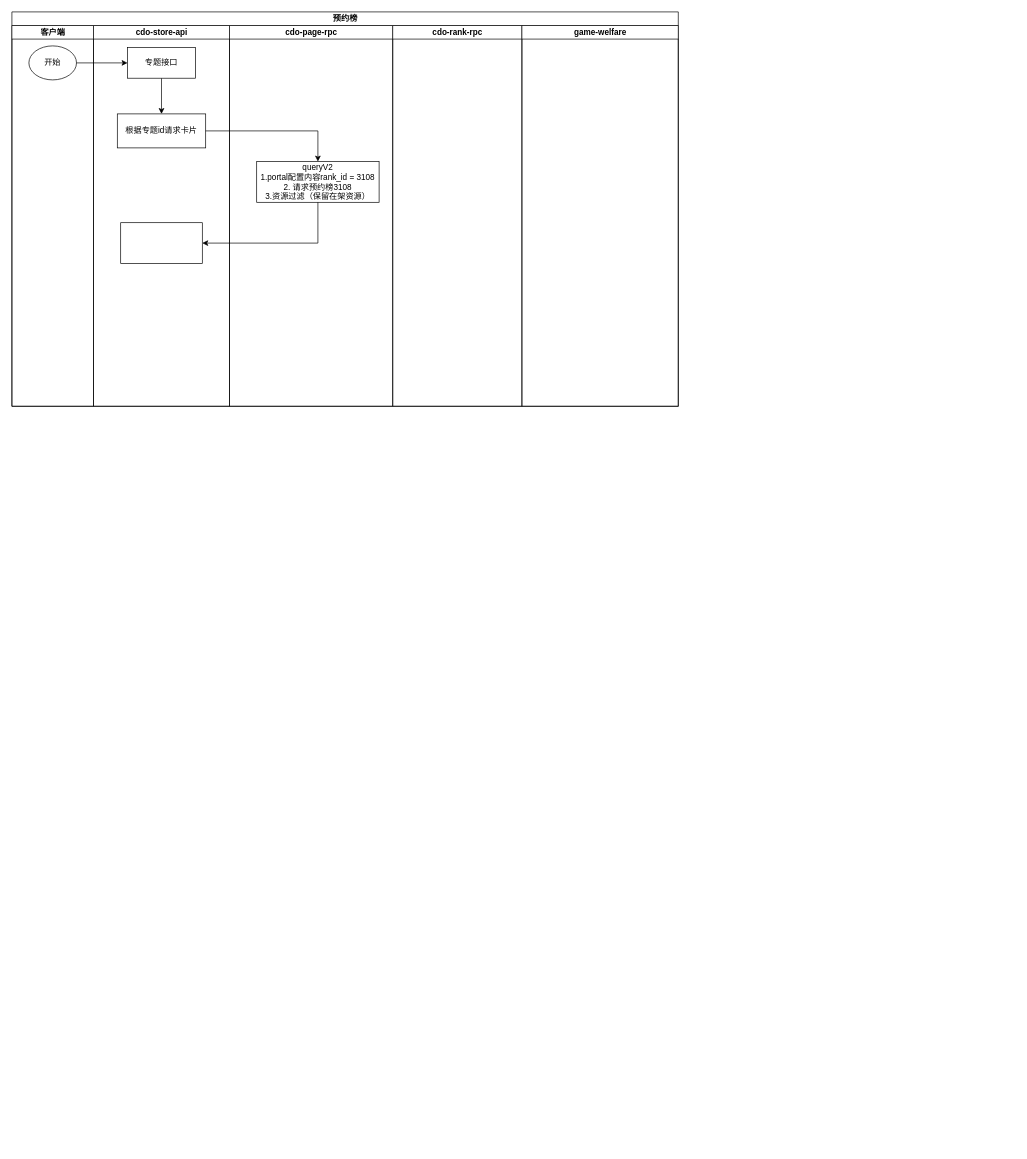
Above: 22108010 【主线】预约榜-资源去重及优化.drawio in ETHAN0430/draw.io.repo (draw.io), before the change. Source tidied: cells renumbered, new cells numbered last; positions are measured from the earlier drawing's top-left corner, leaving out a move shared by most shapes. Both pictures are drawn from the tidied source at 68%, with x=0, y=0 at pixel (12, 12).
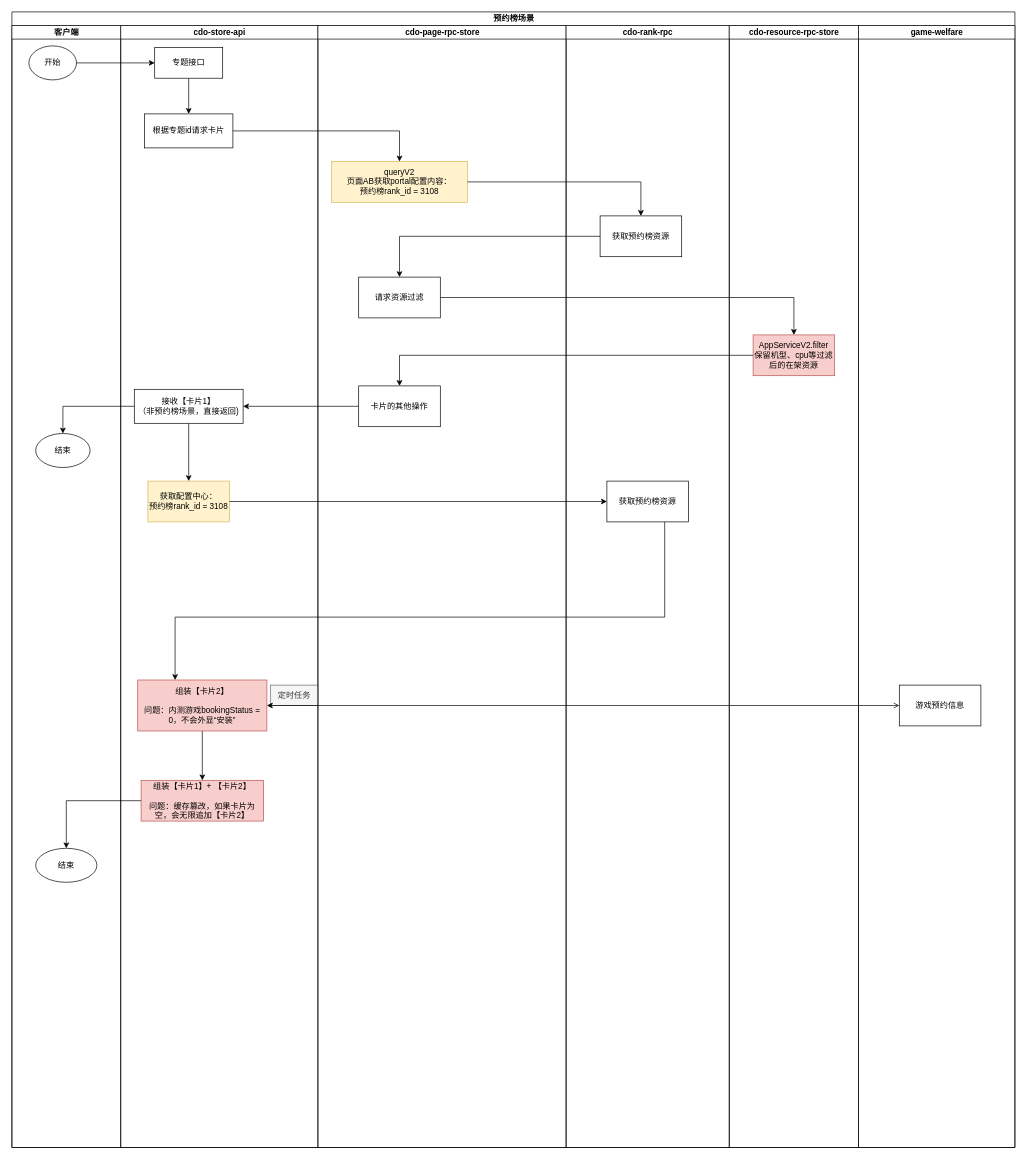
Above is the later version.

Commit message (it also covers changes not shown here):
更新22108010 【主线】预约榜-资源去重及优化.drawio

Change to the diagram source:
```diff
@@
-    <mxCell id="2" value="预约榜" style="swimlane;startSize=20;html=1;" parent="1" vertex="1">
-      <mxGeometry width="980" height="580" as="geometry" />
+    <mxCell id="2" value="预约榜场景" style="swimlane;startSize=20;html=1;" parent="1" vertex="1">
+      <mxGeometry width="1475" height="1670" as="geometry" />
     </mxCell>
     <mxCell id="3" value="客户端" style="swimlane;startSize=20;html=1;" parent="2" vertex="1">
-      <mxGeometry y="20" width="120" height="560" as="geometry" />
+      <mxGeometry y="20" width="160" height="1650" as="geometry" />
     </mxCell>
@@
+    <mxCell id="17" value="结束" style="ellipse;whiteSpace=wrap;html=1;" parent="3" vertex="1">
+      <mxGeometry x="35" y="600" width="80" height="50" as="geometry" />
+    </mxCell>
+    <mxCell id="18" value="结束" style="ellipse;whiteSpace=wrap;html=1;" parent="3" vertex="1">
+      <mxGeometry x="35" y="1210" width="90" height="50" as="geometry" />
+    </mxCell>
     <mxCell id="5" value="cdo-store-api" style="swimlane;startSize=20;html=1;" parent="2" vertex="1">
-      <mxGeometry x="120" y="20" width="200" height="560" as="geometry" />
+      <mxGeometry x="160" y="20" width="290" height="1650" as="geometry" />
     </mxCell>
@@
-    <mxCell id="9" style="whiteSpace=wrap;html=1;" parent="5" vertex="1">
-      <mxGeometry x="40" y="290" width="120" height="60" as="geometry" />
-    </mxCell>
+    <mxCell id="19" style="edgeStyle=orthogonalEdgeStyle;rounded=0;jettySize=auto;html=1;" parent="5" edge="1" source="20" target="21">
+      <mxGeometry relative="1" as="geometry" />
+    </mxCell>
+    <mxCell id="20" value="接收【卡片1】&lt;br&gt;（非预约榜场景，直接返回)" style="whiteSpace=wrap;html=1;" parent="5" vertex="1">
+      <mxGeometry x="20" y="535" width="160" height="50" as="geometry" />
+    </mxCell>
+    <mxCell id="21" value="获取配置中心：&lt;br&gt;预约榜rank_id = 3108" style="whiteSpace=wrap;html=1;fillColor=#fff2cc;strokeColor=#d6b656;" parent="5" vertex="1">
+      <mxGeometry x="40" y="670" width="120" height="60" as="geometry" />
+    </mxCell>
+    <mxCell id="22" style="edgeStyle=orthogonalEdgeStyle;rounded=0;jettySize=auto;html=1;" parent="5" edge="1" source="23" target="24">
+      <mxGeometry relative="1" as="geometry" />
+    </mxCell>
+    <mxCell id="23" value="组装【卡片2】&lt;br&gt;&lt;br&gt;&lt;div&gt;问题：内测游戏bookingStatus = 0，不会外显“安装”&lt;/div&gt;" style="whiteSpace=wrap;html=1;fillColor=#f8cecc;strokeColor=#b85450;" parent="5" vertex="1">
+      <mxGeometry x="25" y="962.5" width="190" height="75" as="geometry" />
+    </mxCell>
+    <mxCell id="24" value="组装【卡片1】+ 【卡片2】&lt;br&gt;&lt;br&gt;问题：缓存篡改，如果卡片为空，会无限追加【卡片2】" style="whiteSpace=wrap;html=1;fillColor=#f8cecc;strokeColor=#b85450;" parent="5" vertex="1">
+      <mxGeometry x="30" y="1110" width="180" height="60" as="geometry" />
+    </mxCell>
+    <mxCell id="25" value="定时任务" style="text;html=1;align=center;verticalAlign=middle;strokeColor=#666666;fillColor=#f5f5f5;fontColor=#333333;" parent="5" vertex="1">
+      <mxGeometry x="220" y="970" width="70" height="30" as="geometry" />
+    </mxCell>
-    <mxCell id="10" value="cdo-page-rpc" style="swimlane;startSize=20;html=1;" parent="2" vertex="1">
-      <mxGeometry x="320" y="20" width="240" height="560" as="geometry" />
+    <mxCell id="10" value="cdo-page-rpc-store" style="swimlane;startSize=20;html=1;" parent="2" vertex="1">
+      <mxGeometry x="450" y="20" width="365" height="1650" as="geometry" />
     </mxCell>
-    <mxCell id="11" value="queryV2&lt;br&gt;1.portal配置内容rank_id = 3108&lt;br&gt;2. 请求预约榜3108&lt;br&gt;3.资源过滤（保留在架资源）" style="whiteSpace=wrap;html=1;" parent="10" vertex="1">
-      <mxGeometry x="40" y="200" width="180" height="60" as="geometry" />
+    <mxCell id="11" value="queryV2&lt;br&gt;页面AB获取portal配置内容：&lt;br&gt;预约榜rank_id = 3108" style="whiteSpace=wrap;html=1;fillColor=#fff2cc;strokeColor=#d6b656;" parent="10" vertex="1">
+      <mxGeometry x="20" y="200" width="200" height="60" as="geometry" />
     </mxCell>
+    <mxCell id="26" value="请求资源过滤" style="whiteSpace=wrap;html=1;" parent="10" vertex="1">
+      <mxGeometry x="60" y="370" width="120" height="60" as="geometry" />
+    </mxCell>
+    <mxCell id="27" value="卡片的其他操作" style="whiteSpace=wrap;html=1;" parent="10" vertex="1">
+      <mxGeometry x="60" y="530" width="120" height="60" as="geometry" />
+    </mxCell>
+    <mxCell id="28" value="cdo-rank-rpc" style="swimlane;startSize=20;html=1;" parent="2" vertex="1">
+      <mxGeometry x="815" y="20" width="240" height="1650" as="geometry" />
+    </mxCell>
+    <mxCell id="29" value="获取预约榜资源" style="whiteSpace=wrap;html=1;" parent="28" vertex="1">
+      <mxGeometry x="50" y="280" width="120" height="60" as="geometry" />
+    </mxCell>
+    <mxCell id="30" value="获取预约榜资源" style="whiteSpace=wrap;html=1;" parent="28" vertex="1">
+      <mxGeometry x="60" y="670" width="120" height="60" as="geometry" />
+    </mxCell>
-    <mxCell id="12" value="cdo-rank-rpc" style="swimlane;startSize=20;html=1;" parent="2" vertex="1">
-      <mxGeometry x="560" y="20" width="190" height="560" as="geometry" />
+    <mxCell id="12" value="cdo-resource-rpc-store" style="swimlane;startSize=20;html=1;" parent="2" vertex="1">
+      <mxGeometry x="1055" y="20" width="190" height="1650" as="geometry" />
     </mxCell>
+    <mxCell id="31" value="AppServiceV2.filter&lt;br&gt;保留机型、cpu等过滤后的在架资源" style="whiteSpace=wrap;html=1;fillColor=#f8cecc;strokeColor=#b85450;" parent="12" vertex="1">
+      <mxGeometry x="35" y="455" width="120" height="60" as="geometry" />
+    </mxCell>
     <mxCell id="13" value="game-welfare" style="swimlane;startSize=20;html=1;" parent="2" vertex="1">
-      <mxGeometry x="750" y="20" width="230" height="560" as="geometry" />
+      <mxGeometry x="1245" y="20" width="230" height="1650" as="geometry" />
     </mxCell>
+    <mxCell id="32" value="游戏预约信息" style="whiteSpace=wrap;html=1;" parent="13" vertex="1">
+      <mxGeometry x="60" y="970" width="120" height="60" as="geometry" />
+    </mxCell>
@@
-    <mxCell id="16" style="edgeStyle=orthogonalEdgeStyle;rounded=0;jettySize=auto;html=1;" parent="2" edge="1" source="11" target="9">
-      <mxGeometry relative="1" as="geometry">
-        <Array as="points">
-          <mxPoint x="450" y="340" />
-        </Array>
-      </mxGeometry>
-    </mxCell>
+    <mxCell id="33" style="edgeStyle=orthogonalEdgeStyle;rounded=0;jettySize=auto;html=1;" parent="2" edge="1" source="11" target="29">
+      <mxGeometry relative="1" as="geometry" />
+    </mxCell>
+    <mxCell id="34" style="edgeStyle=orthogonalEdgeStyle;rounded=0;jettySize=auto;html=1;entryX=0.5;entryY=0;entryDx=0;entryDy=0;" parent="2" edge="1" source="29" target="26">
+      <mxGeometry relative="1" as="geometry" />
+    </mxCell>
+    <mxCell id="35" style="edgeStyle=orthogonalEdgeStyle;rounded=0;jettySize=auto;html=1;" parent="2" edge="1" source="26" target="31">
+      <mxGeometry relative="1" as="geometry" />
+    </mxCell>
+    <mxCell id="36" style="edgeStyle=orthogonalEdgeStyle;rounded=0;jettySize=auto;html=1;" parent="2" edge="1" source="31" target="27">
+      <mxGeometry relative="1" as="geometry" />
+    </mxCell>
+    <mxCell id="37" style="edgeStyle=orthogonalEdgeStyle;rounded=0;jettySize=auto;html=1;" parent="2" edge="1" source="27" target="20">
+      <mxGeometry relative="1" as="geometry" />
+    </mxCell>
+    <mxCell id="38" style="edgeStyle=orthogonalEdgeStyle;rounded=0;jettySize=auto;html=1;" parent="2" edge="1" source="21" target="30">
+      <mxGeometry relative="1" as="geometry" />
+    </mxCell>
+    <mxCell id="39" style="edgeStyle=orthogonalEdgeStyle;rounded=0;jettySize=auto;html=1;" parent="2" edge="1" source="30" target="23">
+      <mxGeometry relative="1" as="geometry">
+        <Array as="points">
+          <mxPoint x="960" y="720" />
+          <mxPoint x="960" y="890" />
+          <mxPoint x="240" y="890" />
+        </Array>
+      </mxGeometry>
+    </mxCell>
+    <mxCell id="40" style="edgeStyle=orthogonalEdgeStyle;rounded=0;jettySize=auto;html=1;entryX=1;entryY=0.5;entryDx=0;entryDy=0;startArrow=open;startFill=0;" parent="2" edge="1" source="32" target="23">
+      <mxGeometry relative="1" as="geometry" />
+    </mxCell>
+    <mxCell id="41" style="edgeStyle=orthogonalEdgeStyle;rounded=0;jettySize=auto;html=1;" parent="2" edge="1" source="20" target="17">
+      <mxGeometry relative="1" as="geometry" />
+    </mxCell>
+    <mxCell id="42" style="edgeStyle=orthogonalEdgeStyle;rounded=0;jettySize=auto;html=1;" parent="2" edge="1" source="24" target="18">
+      <mxGeometry relative="1" as="geometry" />
+    </mxCell>
```
